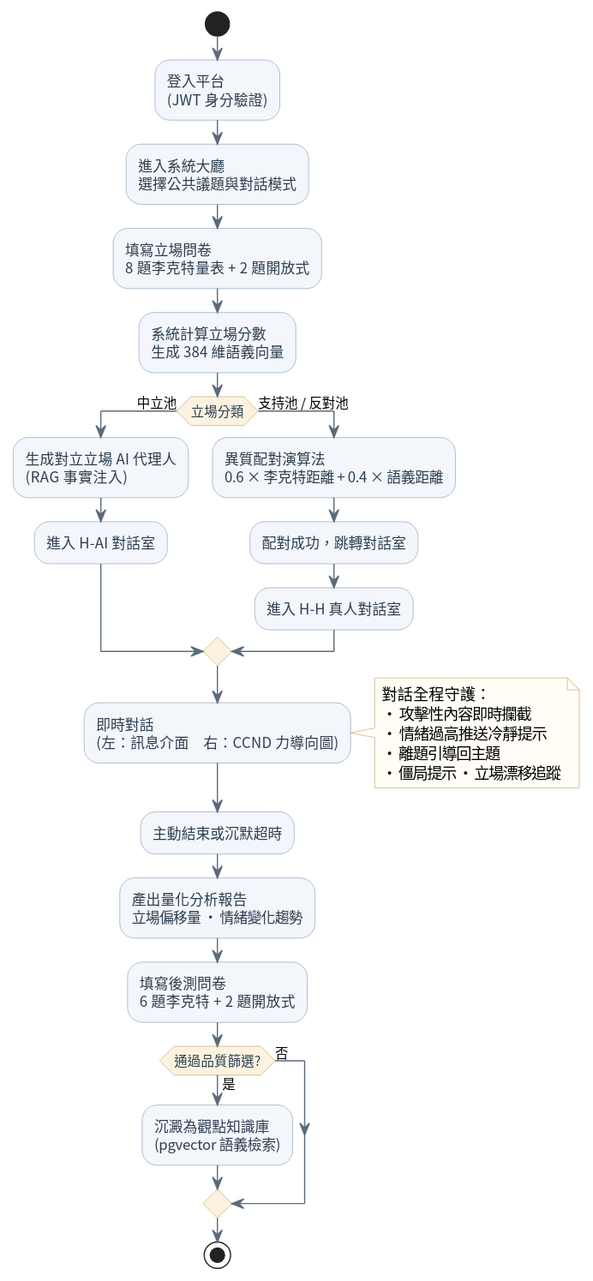
Ceeeuu/TakeAbridge-Portfolio keeps this PlantUML diagram as assets/user-flow.svg. Above is the earlier version. Source of this version:
```plantuml
@startuml
skinparam backgroundColor #FFFFFF
skinparam shadowing false
skinparam defaultFontName "Noto Sans CJK TC"
skinparam ActivityBorderColor #8FA6BD
skinparam ActivityBackgroundColor #F3F6FA
skinparam ActivityFontColor #2C3E50
skinparam ActivityDiamondBackgroundColor #FBF3E0
skinparam ActivityDiamondBorderColor #C9A96A
skinparam ArrowColor #5A6B7B
skinparam NoteBackgroundColor #FFFDF5
skinparam NoteBorderColor #C9A96A

start
:登入平台\n(JWT 身分驗證);
:進入系統大廳\n選擇公共議題與對話模式;
:填寫立場問卷\n8 題李克特量表 + 2 題開放式;
:系統計算立場分數\n生成 384 維語義向量;

if (立場分類) then (中立池)
  :生成對立立場 AI 代理人\n(RAG 事實注入);
  :進入 H-AI 對話室;
else (支持池 / 反對池)
  :異質配對演算法\n0.6 × 李克特距離 + 0.4 × 語義距離;
  :配對成功，跳轉對話室;
  :進入 H-H 真人對話室;
endif

:即時對話\n(左：訊息介面　右：CCND 力導向圖);
note right
  對話全程守護：
  · 攻擊性內容即時攔截
  · 情緒過高推送冷靜提示
  · 離題引導回主題
  · 僵局提示 · 立場漂移追蹤
end note

:主動結束或沉默超時;
:產出量化分析報告\n立場偏移量 · 情緒變化趨勢;
:填寫後測問卷\n6 題李克特 + 2 題開放式;

if (通過品質篩選?) then (是)
  :沉澱為觀點知識庫\n(pgvector 語義檢索);
else (否)
endif
stop
@enduml
```
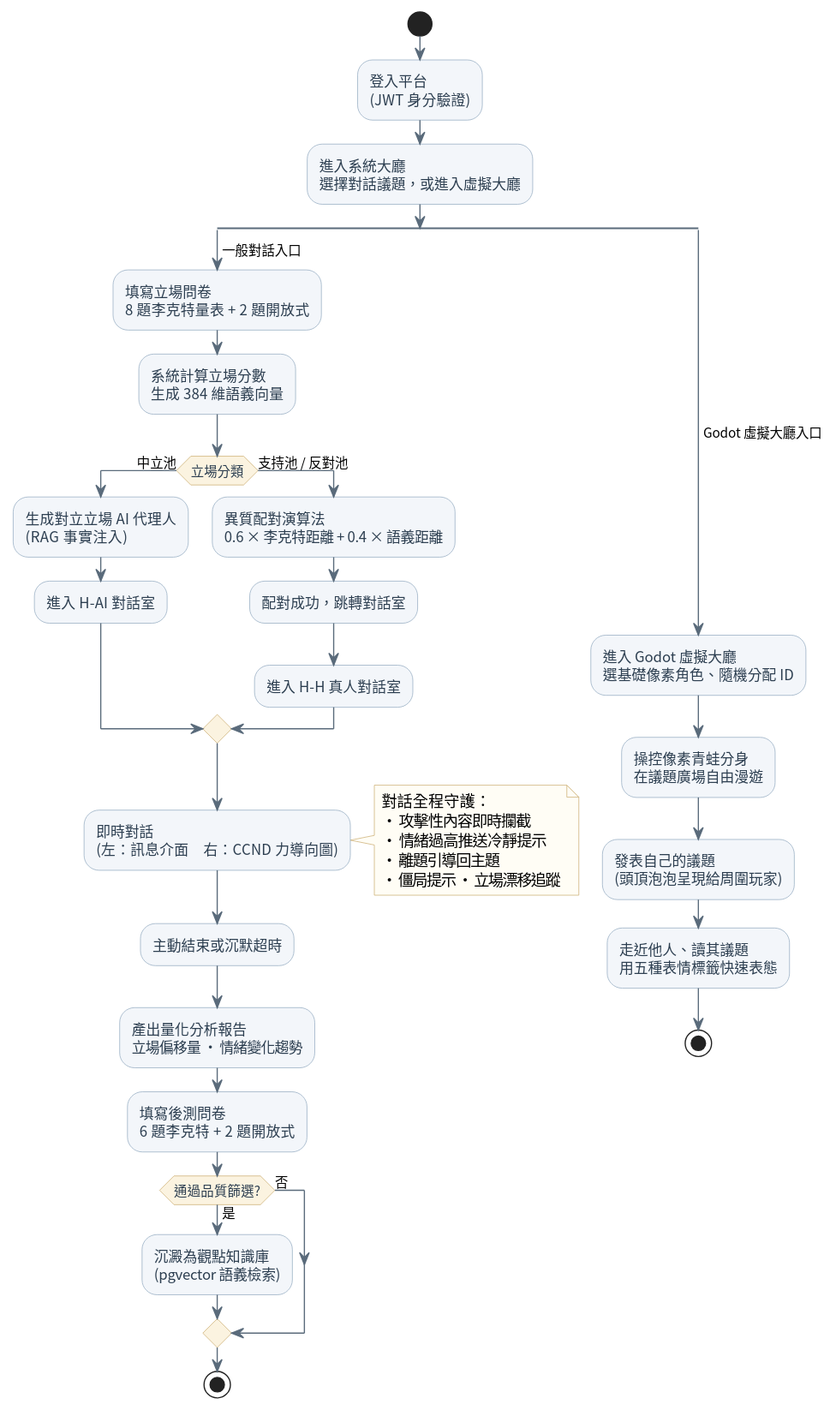
The same diagram one commit later.

Commit message:
docs: add Godot lobby branch to user-flow diagram

What changed in the source:
```diff
@@ -13,35 +13,47 @@
 
 start
 :登入平台\n(JWT 身分驗證);
-:進入系統大廳\n選擇公共議題與對話模式;
-:填寫立場問卷\n8 題李克特量表 + 2 題開放式;
-:系統計算立場分數\n生成 384 維語義向量;
+:進入系統大廳\n選擇對話議題，或進入虛擬大廳;
 
-if (立場分類) then (中立池)
-  :生成對立立場 AI 代理人\n(RAG 事實注入);
-  :進入 H-AI 對話室;
-else (支持池 / 反對池)
-  :異質配對演算法\n0.6 × 李克特距離 + 0.4 × 語義距離;
-  :配對成功，跳轉對話室;
-  :進入 H-H 真人對話室;
-endif
+split
+  -> 一般對話入口;
+  :填寫立場問卷\n8 題李克特量表 + 2 題開放式;
+  :系統計算立場分數\n生成 384 維語義向量;
 
-:即時對話\n(左：訊息介面　右：CCND 力導向圖);
-note right
-  對話全程守護：
-  · 攻擊性內容即時攔截
-  · 情緒過高推送冷靜提示
-  · 離題引導回主題
-  · 僵局提示 · 立場漂移追蹤
-end note
+  if (立場分類) then (中立池)
+    :生成對立立場 AI 代理人\n(RAG 事實注入);
+    :進入 H-AI 對話室;
+  else (支持池 / 反對池)
+    :異質配對演算法\n0.6 × 李克特距離 + 0.4 × 語義距離;
+    :配對成功，跳轉對話室;
+    :進入 H-H 真人對話室;
+  endif
 
-:主動結束或沉默超時;
-:產出量化分析報告\n立場偏移量 · 情緒變化趨勢;
-:填寫後測問卷\n6 題李克特 + 2 題開放式;
+  :即時對話\n(左：訊息介面　右：CCND 力導向圖);
+  note right
+    對話全程守護：
+    · 攻擊性內容即時攔截
+    · 情緒過高推送冷靜提示
+    · 離題引導回主題
+    · 僵局提示 · 立場漂移追蹤
+  end note
 
-if (通過品質篩選?) then (是)
-  :沉澱為觀點知識庫\n(pgvector 語義檢索);
-else (否)
-endif
-stop
+  :主動結束或沉默超時;
+  :產出量化分析報告\n立場偏移量 · 情緒變化趨勢;
+  :填寫後測問卷\n6 題李克特 + 2 題開放式;
+
+  if (通過品質篩選?) then (是)
+    :沉澱為觀點知識庫\n(pgvector 語義檢索);
+  else (否)
+  endif
+  stop
+
+split again
+  -> Godot 虛擬大廳入口;
+  :進入 Godot 虛擬大廳\n選基礎像素角色、隨機分配 ID;
+  :操控像素青蛙分身\n在議題廣場自由漫遊;
+  :發表自己的議題\n(頭頂泡泡呈現給周圍玩家);
+  :走近他人、讀其議題\n用五種表情標籤快速表態;
+  stop
+end split
 @enduml
```
